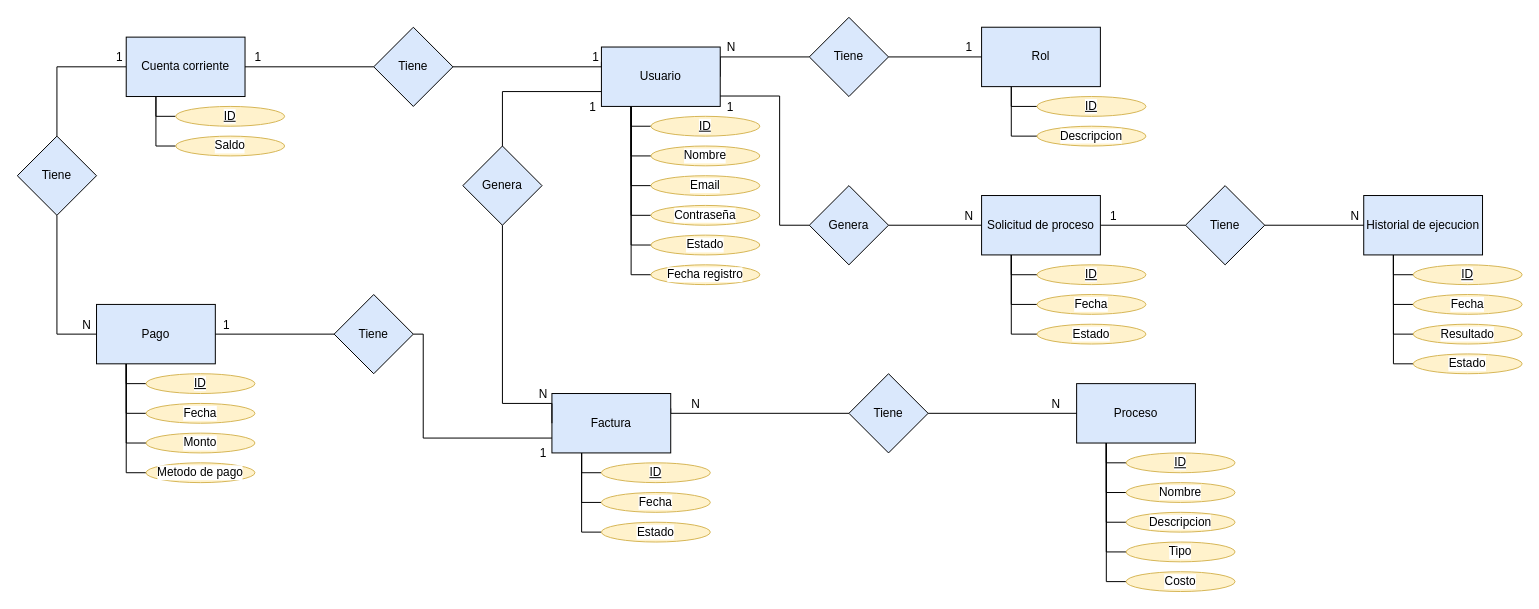
Before: der.drawio in MateoLarrosa/tpoBD2, a draw.io diagram. Source tidied: cells renumbered, new cells numbered last; positions are measured from the earlier drawing's top-left corner, leaving out a move shared by most shapes. Both pictures are drawn from the tidied source at 99%, with x=0, y=0 at pixel (17, 17).
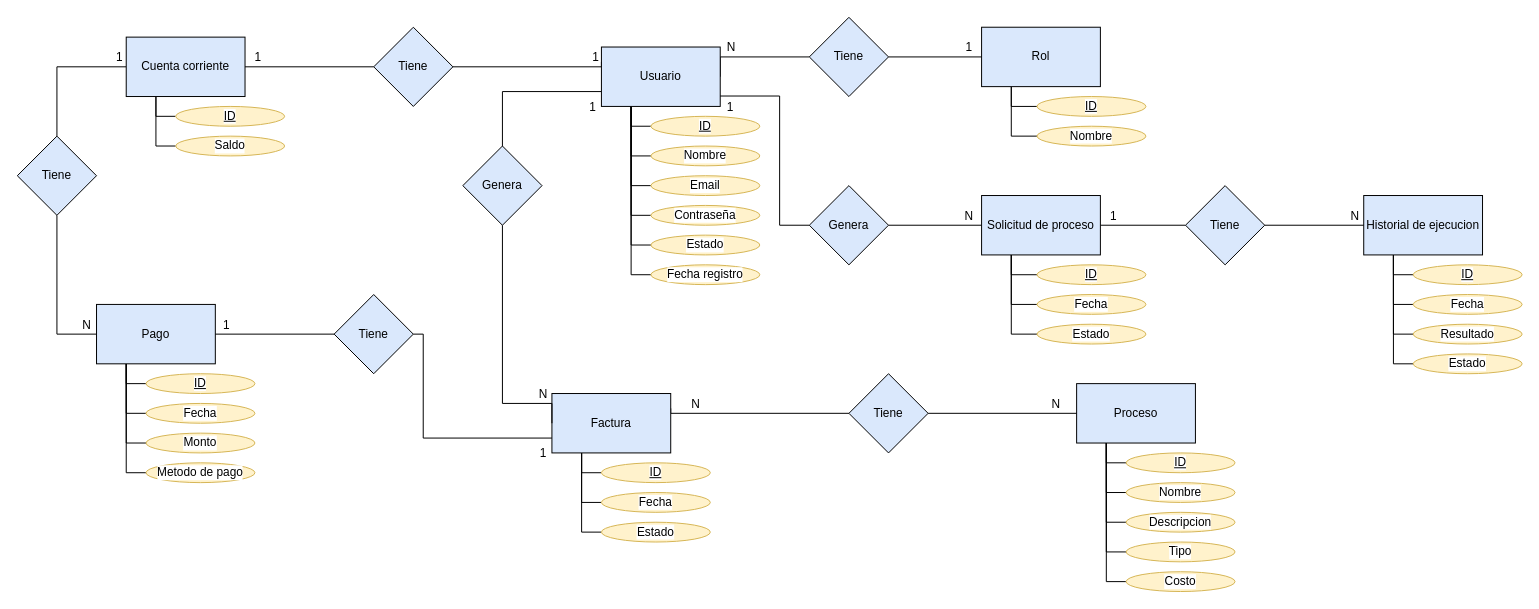
After the change.

Change to the diagram source:
```diff
@@
-    <mxCell id="102" value="Descripcion" style="ellipse;whiteSpace=wrap;html=1;rounded=0;strokeColor=#d6b656;strokeWidth=1;align=center;verticalAlign=middle;fontFamily=Helvetica;fontSize=12;labelBackgroundColor=default;fillColor=#fff2cc;" parent="1" vertex="1">
+    <mxCell id="102" value="Nombre" style="ellipse;whiteSpace=wrap;html=1;rounded=0;strokeColor=#d6b656;strokeWidth=1;align=center;verticalAlign=middle;fontFamily=Helvetica;fontSize=12;labelBackgroundColor=default;fillColor=#fff2cc;" parent="1" vertex="1">
       <mxGeometry x="1030" y="110" width="110" height="20" as="geometry" />
     </mxCell>
```
